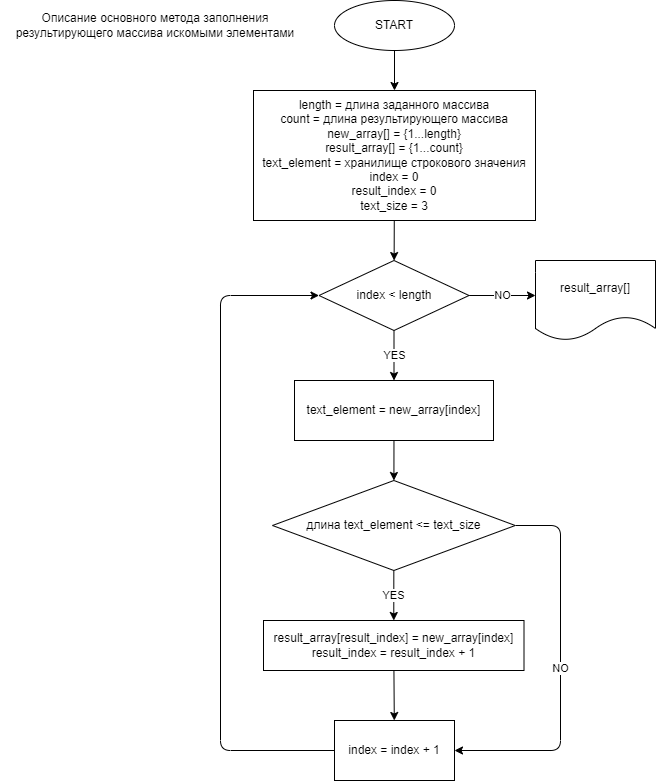
The draw.io diagram flowchart.drawio.png in DmitriyKlaes/Final_Test_1st_Quarter_22-06-28, before a commit. Source tidied: cells renumbered, new cells last; positions are measured from the earlier drawing's top-left corner, leaving out a move shared by most shapes.
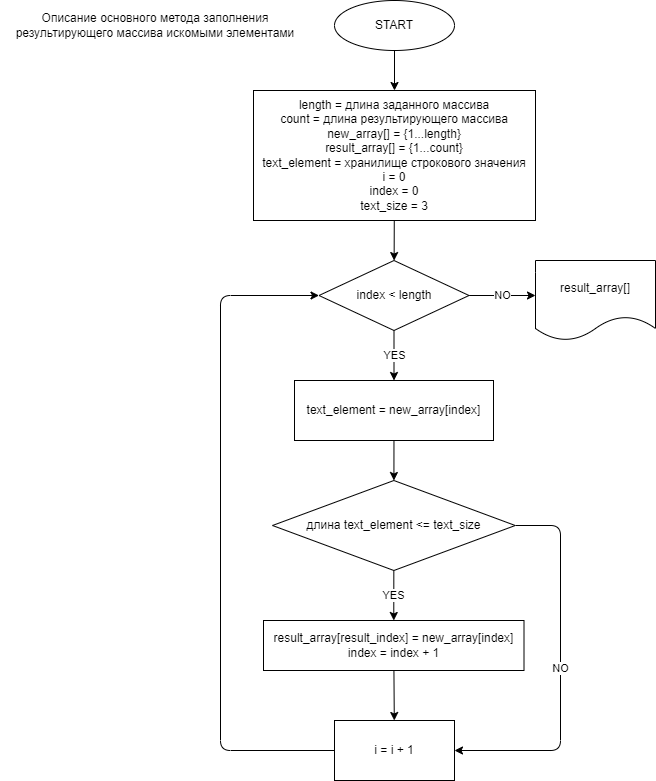
Later version of the same file.

Commit message:
Немного подправил блок-схему

Diff of the diagram source:
```diff
@@ -13,7 +13,7 @@
     <mxCell id="4" style="edgeStyle=none;html=1;" parent="1" edge="1" source="5" target="8">
       <mxGeometry relative="1" as="geometry" />
     </mxCell>
-    <mxCell id="5" value="length = длина заданного массива&lt;br&gt;count = длина результирующего массива&lt;br&gt;new_array[] = {1...length}&lt;br&gt;result_array[] = {1...count}&lt;br&gt;text_element = хранилище строкового значения&lt;br&gt;index = 0&lt;br&gt;result_index = 0&lt;br&gt;text_size = 3" style="whiteSpace=wrap;html=1;" parent="1" vertex="1">
+    <mxCell id="5" value="length = длина заданного массива&lt;br&gt;count = длина результирующего массива&lt;br&gt;new_array[] = {1...length}&lt;br&gt;result_array[] = {1...count}&lt;br&gt;text_element = хранилище строкового значения&lt;br&gt;i = 0&lt;br&gt;index = 0&lt;br&gt;text_size = 3" style="whiteSpace=wrap;html=1;" parent="1" vertex="1">
       <mxGeometry x="253" y="90" width="282" height="130" as="geometry" />
     </mxCell>
     <mxCell id="6" value="YES" style="edgeStyle=none;html=1;" parent="1" edge="1" source="8" target="10">
@@ -50,7 +50,7 @@
     <mxCell id="14" style="edgeStyle=none;html=1;" parent="1" edge="1" source="15" target="17">
       <mxGeometry relative="1" as="geometry" />
     </mxCell>
-    <mxCell id="15" value="&lt;span&gt;result_array[&lt;/span&gt;result_index&lt;span&gt;] = new_array[index]&lt;br&gt;&lt;/span&gt;result_index&amp;nbsp;&lt;span&gt;=&amp;nbsp;&lt;/span&gt;result_index&amp;nbsp;&lt;span&gt;+ 1&lt;br&gt;&lt;/span&gt;" style="whiteSpace=wrap;html=1;" parent="1" vertex="1">
+    <mxCell id="15" value="&lt;span&gt;result_array[&lt;/span&gt;result_index&lt;span&gt;] = new_array[index]&lt;br&gt;&lt;/span&gt;index&amp;nbsp;&lt;span&gt;=&amp;nbsp;&lt;/span&gt;index&amp;nbsp;&lt;span&gt;+ 1&lt;br&gt;&lt;/span&gt;" style="whiteSpace=wrap;html=1;" parent="1" vertex="1">
       <mxGeometry x="263" y="620" width="260.5" height="50" as="geometry" />
     </mxCell>
     <mxCell id="16" style="edgeStyle=none;html=1;entryX=0;entryY=0.5;entryDx=0;entryDy=0;exitX=0;exitY=0.5;exitDx=0;exitDy=0;" parent="1" edge="1" source="17" target="8">
@@ -61,7 +61,7 @@
         </Array>
       </mxGeometry>
     </mxCell>
-    <mxCell id="17" value="index = index + 1" style="whiteSpace=wrap;html=1;" parent="1" vertex="1">
+    <mxCell id="17" value="i = i + 1" style="whiteSpace=wrap;html=1;" parent="1" vertex="1">
       <mxGeometry x="334" y="720" width="120" height="60" as="geometry" />
     </mxCell>
     <mxCell id="18" value="&lt;span&gt;result_array[]&lt;/span&gt;" style="shape=document;whiteSpace=wrap;html=1;boundedLbl=1;" parent="1" vertex="1">
```
